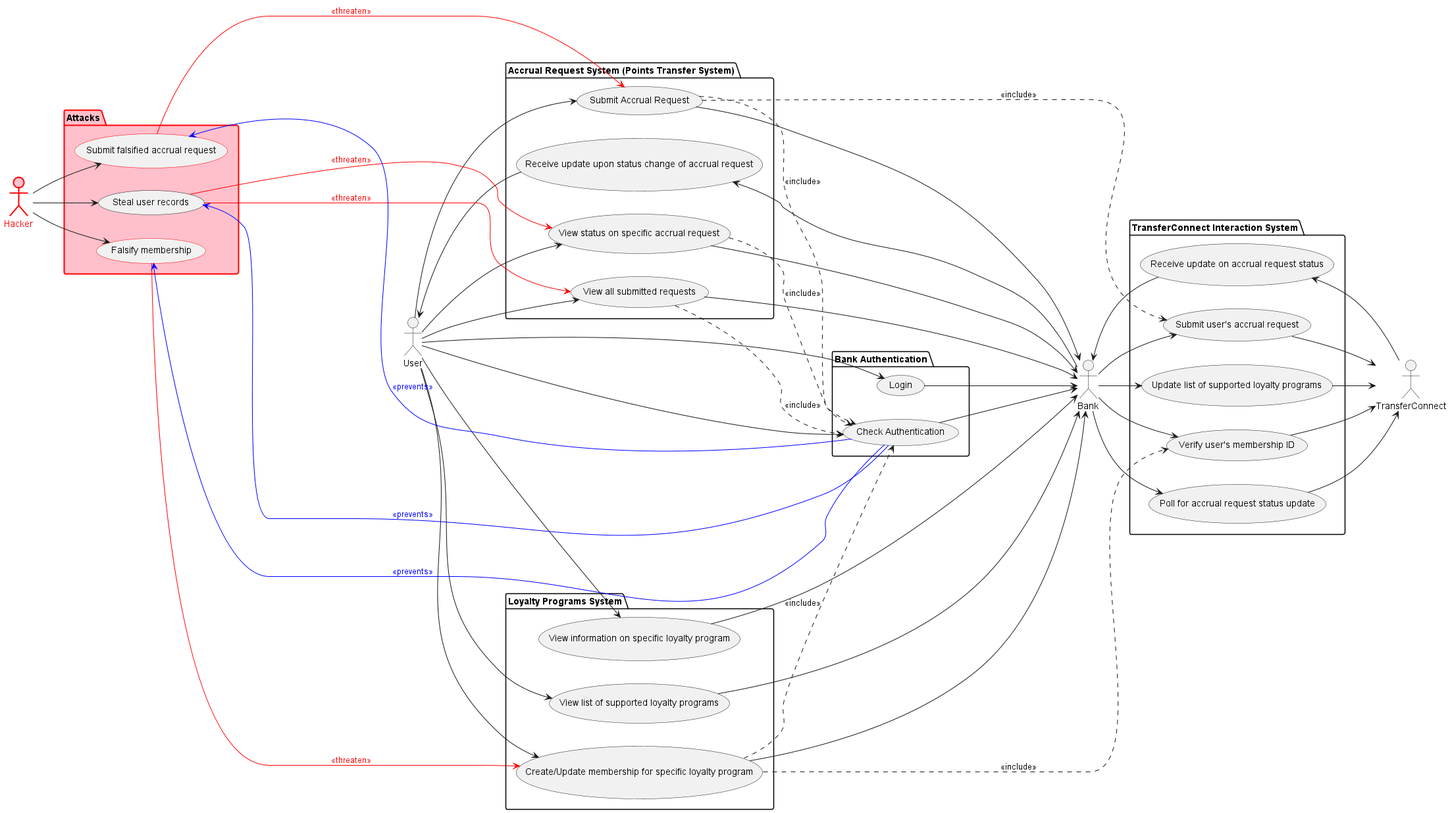
Rye123/esc-transferconnect keeps this PlantUML diagram as diagrams/bank/Bank Use Case Diagram.png. Above is the earlier version.
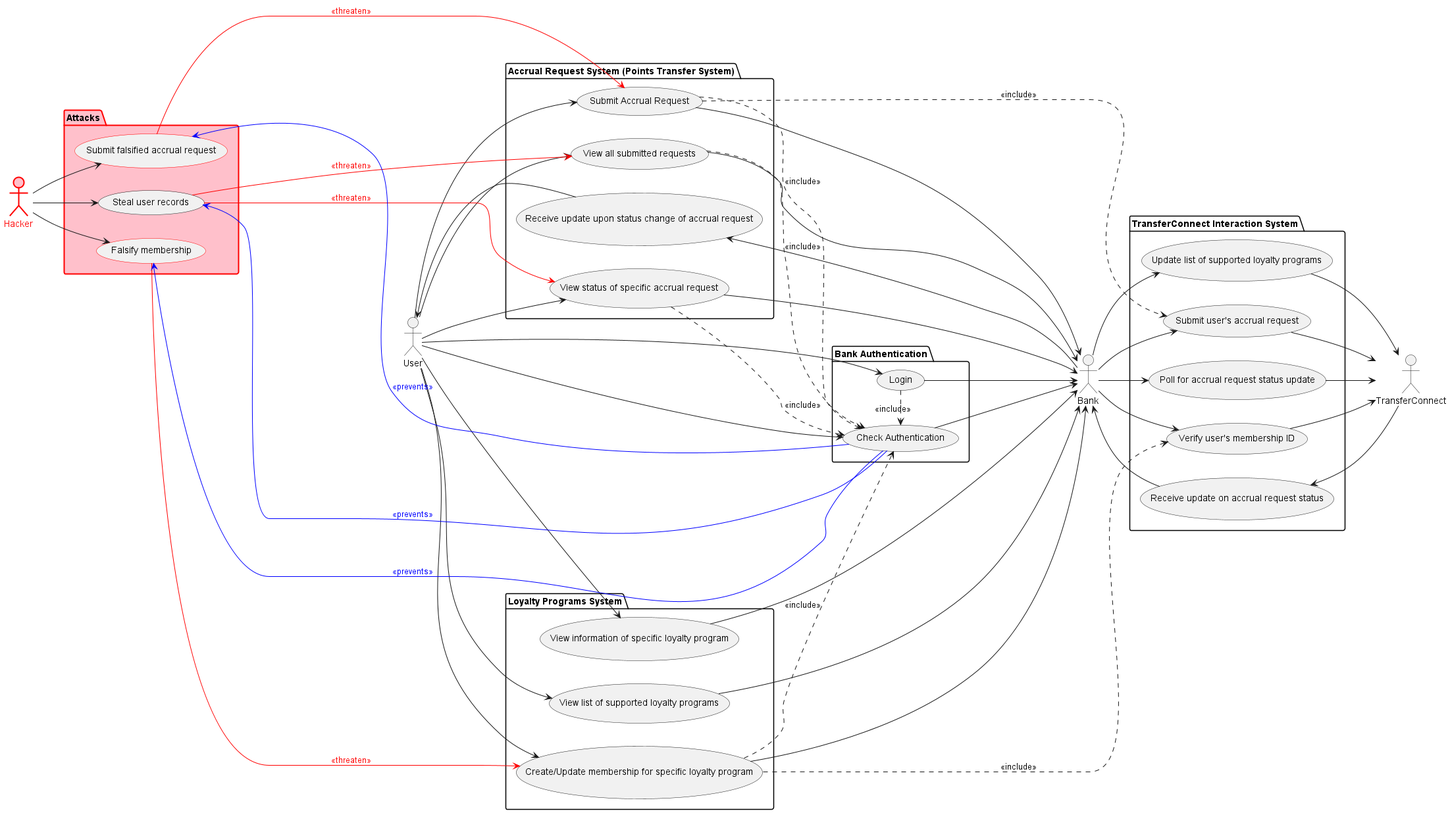
After the change.

Commit message:
update bank use case diagram

The edit, as a diff of the source:
```diff
@@ -14,14 +14,14 @@
 
 package "Loyalty Programs System" {
     usecase "View list of supported loyalty programs" as UCLP1
-    usecase "View information on specific loyalty program" as UCLP2
+    usecase "View information of specific loyalty program" as UCLP2
     usecase "Create/Update membership for specific loyalty program" as UCLP3
 }
 
 package "Accrual Request System (Points Transfer System)" {
     usecase "Submit Accrual Request" as UCAR1
     usecase "View all submitted requests" as UCAR2
-    usecase "View status on specific accrual request" as UCAR3
+    usecase "View status of specific accrual request" as UCAR3
     usecase "Receive update upon status change of accrual request" as UCAR4
 }
 
@@ -43,6 +43,7 @@
 UCBA1 ---> b
 u ----> UCBA2
 UCBA2 ---> b
+UCBA1 .> UCBA2 : <<include>>
 
 u ---> UCLP1
 UCLP1 ---> b
```
